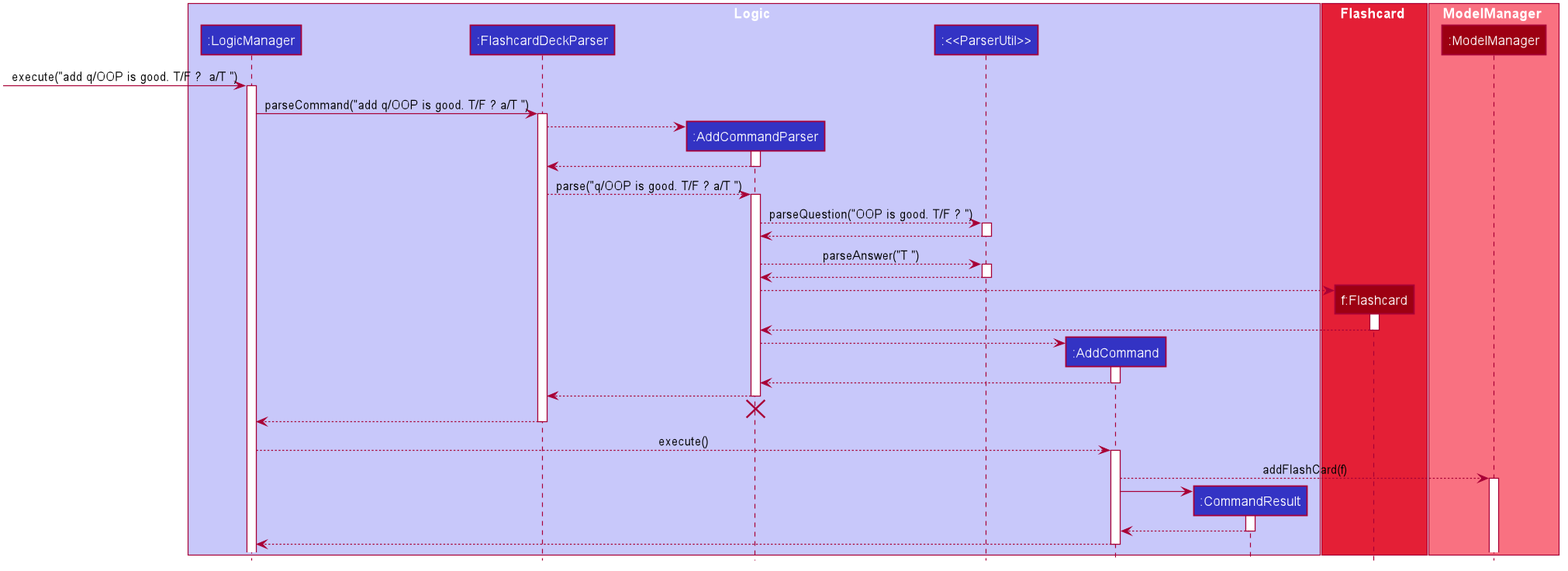
nus-cs2103-AY2021S1/tp keeps this PlantUML diagram as docs/images/AddSequenceDiagram.png. Above is the earlier version.
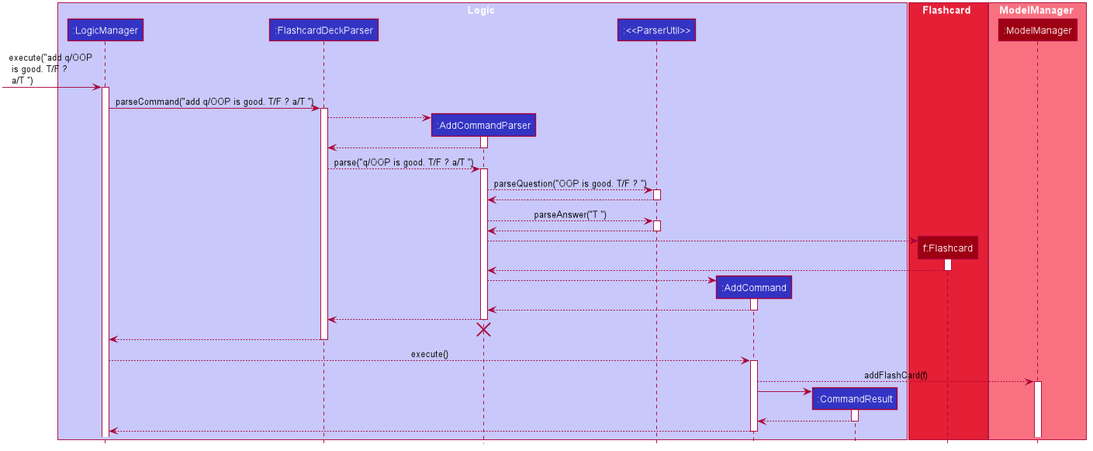
The same diagram one commit later.

Commit message:
Amend AddSequenceDiagram

What changed in the source:
```diff
@@ -66,7 +66,7 @@
 participant ":ModelManager" as ModelManager #9D0012
 end box
 
-[-> LogicManager :  execute("add q/OOP is good. T/F ?  a/T ")
+[-> LogicManager :  execute("add q/OOP \l is good. T/F ? \l a/T ")
 activate LogicManager
 
 LogicManager -> FlashcardDeckParser : parseCommand("add q/OOP is good. T/F ? a/T ")
```
